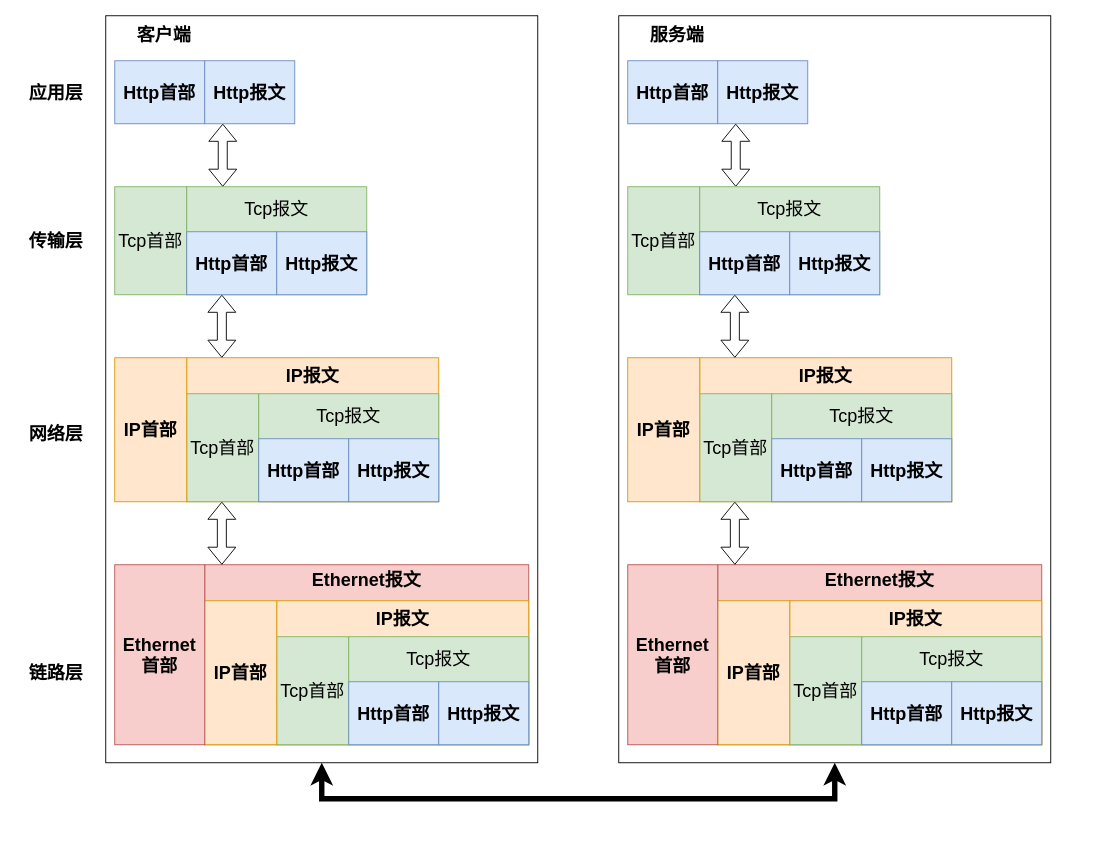
Earlier version of the draw.io diagram draw.io/network-protocol/http&https.drawio (QQ1350995917/gitbook). Source tidied: cells renumbered, new cells numbered last; positions are measured from the earlier drawing's top-left corner, leaving out a move shared by most shapes. Both pictures are drawn from the tidied source at 90%, with x=0, y=0 at pixel (15, 15).
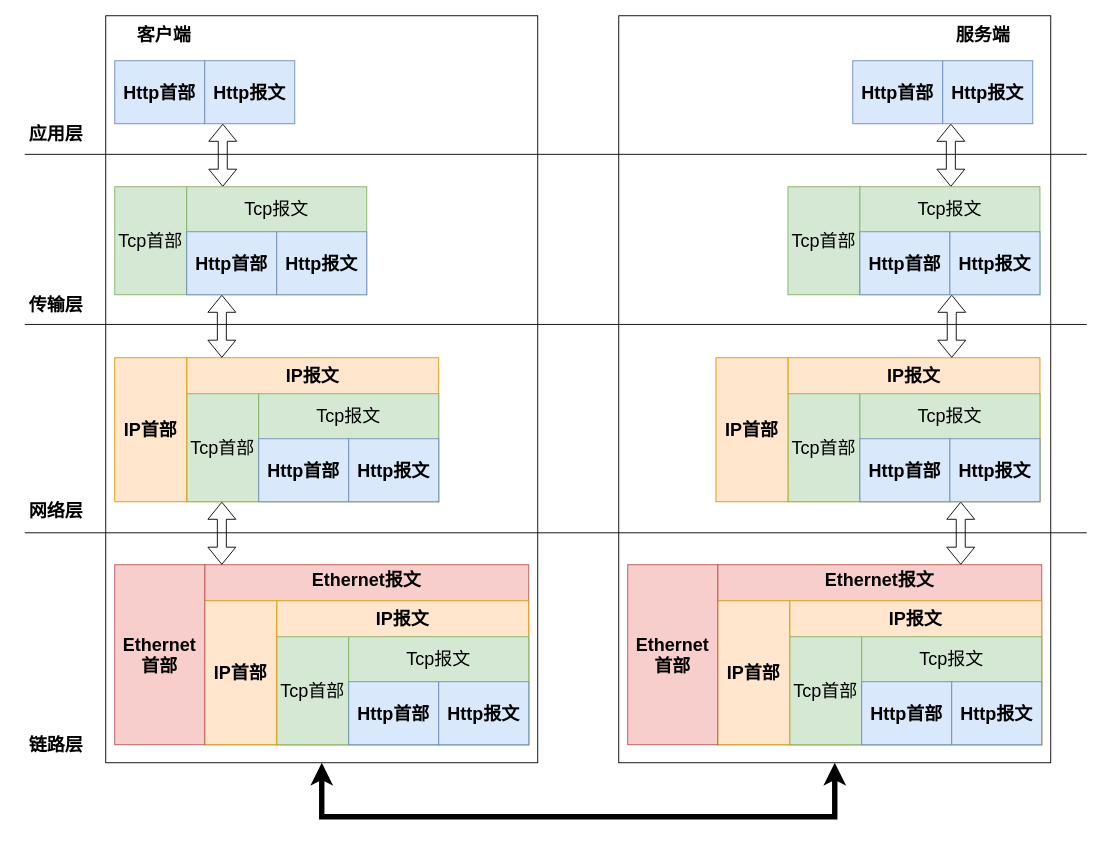
After the change.

Commit message (it also covers changes not shown here):
Track 2 files into repository.

- modified draw.io/network-protocol/http&https.drawio
- untracked network-protocol/images/http&https-packet.jpg

Auto commit by GitBook Editor

Unchanged cells that the change refers to:
```xml
<mxCell id="3" style="rounded=0;whiteSpace=wrap;html=1;fontSize=20;" parent="1" vertex="1">
  <mxGeometry x="100" width="480" height="830" as="geometry" />
</mxCell>
<mxCell id="32" style="rounded=0;whiteSpace=wrap;html=1;fontSize=20;" parent="1" vertex="1">
  <mxGeometry x="670" width="480" height="830" as="geometry" />
</mxCell>
```

What changed in the source:
```diff
@@
     <mxCell id="2" style="edgeStyle=orthogonalEdgeStyle;rounded=0;jettySize=auto;html=1;exitX=0.5;exitY=1;exitDx=0;exitDy=0;entryX=0.5;entryY=1;entryDx=0;entryDy=0;fontSize=20;strokeWidth=6;startArrow=classic;startFill=1;" parent="1" edge="1" source="3" target="32">
       <mxGeometry relative="1" as="geometry">
         <Array as="points">
-          <mxPoint x="340" y="870" />
-          <mxPoint x="910" y="870" />
+          <mxPoint x="340" y="890" />
+          <mxPoint x="910" y="890" />
         </Array>
       </mxGeometry>
     </mxCell>
@@
     <mxCell id="28" value="应用层" style="text;html=1;strokeColor=none;fillColor=none;align=center;verticalAlign=middle;whiteSpace=wrap;rounded=0;fontSize=20;fontStyle=1;" parent="1" vertex="1">
-      <mxGeometry y="75" width="90" height="20" as="geometry" />
+      <mxGeometry y="120" width="90" height="20" as="geometry" />
     </mxCell>
     <mxCell id="29" value="传输层" style="text;html=1;strokeColor=none;fillColor=none;align=center;verticalAlign=middle;whiteSpace=wrap;rounded=0;fontSize=20;fontStyle=1;" parent="1" vertex="1">
-      <mxGeometry y="240" width="90" height="20" as="geometry" />
+      <mxGeometry y="310" width="90" height="20" as="geometry" />
     </mxCell>
     <mxCell id="30" value="网络层" style="text;html=1;strokeColor=none;fillColor=none;align=center;verticalAlign=middle;whiteSpace=wrap;rounded=0;fontSize=20;fontStyle=1;" parent="1" vertex="1">
-      <mxGeometry y="454" width="90" height="20" as="geometry" />
+      <mxGeometry y="540" width="90" height="20" as="geometry" />
     </mxCell>
     <mxCell id="31" value="链路层" style="text;html=1;strokeColor=none;fillColor=none;align=center;verticalAlign=middle;whiteSpace=wrap;rounded=0;fontSize=20;fontStyle=1;" parent="1" vertex="1">
-      <mxGeometry y="720" width="90" height="20" as="geometry" />
+      <mxGeometry y="800" width="90" height="20" as="geometry" />
     </mxCell>
@@
     <mxCell id="33" value="Http首部&lt;br style=&quot;font-size: 20px&quot;&gt;" style="rounded=0;whiteSpace=wrap;html=1;fillColor=#dae8fc;strokeColor=#6c8ebf;fontSize=20;fontStyle=1;" parent="1" vertex="1">
-      <mxGeometry x="680" y="50" width="100" height="70" as="geometry" />
+      <mxGeometry x="930" y="50" width="100" height="70" as="geometry" />
     </mxCell>
     <mxCell id="34" value="&lt;span&gt;IP报文&lt;/span&gt;&lt;br&gt;&lt;br&gt;&lt;br&gt;&lt;br&gt;&lt;br&gt;&lt;br&gt;" style="rounded=0;whiteSpace=wrap;html=1;fillColor=#ffe6cc;strokeColor=#d79b00;fontSize=20;fontStyle=1;" parent="1" vertex="1">
-      <mxGeometry x="760" y="380" width="280" height="160" as="geometry" />
+      <mxGeometry x="858" y="380" width="280" height="160" as="geometry" />
     </mxCell>
@@
     <mxCell id="36" value="服务端" style="text;html=1;strokeColor=none;fillColor=none;align=center;verticalAlign=middle;whiteSpace=wrap;rounded=0;fontSize=20;fontStyle=1;" parent="1" vertex="1">
-      <mxGeometry x="680" y="10" width="110" height="20" as="geometry" />
+      <mxGeometry x="1020" y="10" width="110" height="20" as="geometry" />
     </mxCell>
     <mxCell id="37" style="shape=flexArrow;endArrow=classic;startArrow=classic;html=1;fontSize=20;" parent="1" edge="1">
       <mxGeometry relative="1" as="geometry">
-        <mxPoint x="800" y="190" as="sourcePoint" />
-        <mxPoint x="800" y="120" as="targetPoint" />
+        <mxPoint x="1039" y="190" as="sourcePoint" />
+        <mxPoint x="1039" y="120" as="targetPoint" />
       </mxGeometry>
     </mxCell>
     <mxCell id="38" value="Tcp首部" style="rounded=0;whiteSpace=wrap;html=1;fontSize=20;fillColor=#d5e8d4;strokeColor=#82b366;" parent="1" vertex="1">
-      <mxGeometry x="680" y="190" width="80" height="120" as="geometry" />
+      <mxGeometry x="858" y="190" width="80" height="120" as="geometry" />
     </mxCell>
     <mxCell id="39" style="shape=flexArrow;endArrow=classic;startArrow=classic;html=1;fontSize=20;" parent="1" edge="1">
       <mxGeometry relative="1" as="geometry">
-        <mxPoint x="799" y="380" as="sourcePoint" />
-        <mxPoint x="799" y="310" as="targetPoint" />
+        <mxPoint x="1040" y="380" as="sourcePoint" />
+        <mxPoint x="1040" y="310" as="targetPoint" />
       </mxGeometry>
     </mxCell>
-    <mxCell id="40" style="shape=flexArrow;endArrow=classic;startArrow=classic;html=1;fontSize=20;" parent="1" edge="1">
+    <mxCell id="40" style="shape=flexArrow;endArrow=block;startArrow=block;html=1;fontSize=20;endFill=0;" parent="1" edge="1">
       <mxGeometry relative="1" as="geometry">
-        <mxPoint x="799" y="610" as="sourcePoint" />
-        <mxPoint x="799" y="540" as="targetPoint" />
+        <mxPoint x="1050" y="610" as="sourcePoint" />
+        <mxPoint x="1050" y="540" as="targetPoint" />
       </mxGeometry>
     </mxCell>
     <mxCell id="41" value="Http报文&lt;br style=&quot;font-size: 20px&quot;&gt;" style="rounded=0;whiteSpace=wrap;html=1;fillColor=#dae8fc;strokeColor=#6c8ebf;fontSize=20;fontStyle=1;" parent="1" vertex="1">
-      <mxGeometry x="780" y="50" width="100" height="70" as="geometry" />
+      <mxGeometry x="1030" y="50" width="100" height="70" as="geometry" />
     </mxCell>
     <mxCell id="42" value="Tcp报文&lt;br&gt;&lt;br&gt;&lt;br&gt;&lt;br&gt;" style="rounded=0;whiteSpace=wrap;html=1;fontSize=20;fillColor=#d5e8d4;strokeColor=#82b366;" parent="1" vertex="1">
-      <mxGeometry x="760" y="190" width="200" height="120" as="geometry" />
+      <mxGeometry x="938" y="190" width="200" height="120" as="geometry" />
     </mxCell>
     <mxCell id="43" value="Http首部&lt;br style=&quot;font-size: 20px&quot;&gt;" style="rounded=0;whiteSpace=wrap;html=1;fillColor=#dae8fc;strokeColor=#6c8ebf;fontSize=20;fontStyle=1;" parent="1" vertex="1">
-      <mxGeometry x="760" y="240" width="100" height="70" as="geometry" />
+      <mxGeometry x="938" y="240" width="100" height="70" as="geometry" />
     </mxCell>
     <mxCell id="44" value="Http报文&lt;br style=&quot;font-size: 20px&quot;&gt;" style="rounded=0;whiteSpace=wrap;html=1;fillColor=#dae8fc;strokeColor=#6c8ebf;fontSize=20;fontStyle=1;" parent="1" vertex="1">
-      <mxGeometry x="860" y="240" width="100" height="70" as="geometry" />
+      <mxGeometry x="1038" y="240" width="100" height="70" as="geometry" />
     </mxCell>
     <mxCell id="45" value="Tcp首部" style="rounded=0;whiteSpace=wrap;html=1;fontSize=20;fillColor=#d5e8d4;strokeColor=#82b366;" parent="1" vertex="1">
-      <mxGeometry x="760" y="420" width="80" height="120" as="geometry" />
+      <mxGeometry x="858" y="420" width="80" height="120" as="geometry" />
     </mxCell>
     <mxCell id="46" value="Tcp报文&lt;br&gt;&lt;br&gt;&lt;br&gt;&lt;br&gt;" style="rounded=0;whiteSpace=wrap;html=1;fontSize=20;fillColor=#d5e8d4;strokeColor=#82b366;" parent="1" vertex="1">
-      <mxGeometry x="840" y="420" width="200" height="120" as="geometry" />
+      <mxGeometry x="938" y="420" width="200" height="120" as="geometry" />
     </mxCell>
     <mxCell id="47" value="Http首部&lt;br style=&quot;font-size: 20px&quot;&gt;" style="rounded=0;whiteSpace=wrap;html=1;fillColor=#dae8fc;strokeColor=#6c8ebf;fontSize=20;fontStyle=1;" parent="1" vertex="1">
-      <mxGeometry x="840" y="470" width="100" height="70" as="geometry" />
+      <mxGeometry x="938" y="470" width="100" height="70" as="geometry" />
     </mxCell>
     <mxCell id="48" value="Http报文&lt;br style=&quot;font-size: 20px&quot;&gt;" style="rounded=0;whiteSpace=wrap;html=1;fillColor=#dae8fc;strokeColor=#6c8ebf;fontSize=20;fontStyle=1;" parent="1" vertex="1">
-      <mxGeometry x="940" y="470" width="100" height="70" as="geometry" />
+      <mxGeometry x="1038" y="470" width="100" height="70" as="geometry" />
     </mxCell>
     <mxCell id="49" value="&lt;span&gt;IP首部&lt;/span&gt;&lt;br&gt;" style="rounded=0;whiteSpace=wrap;html=1;fillColor=#ffe6cc;strokeColor=#d79b00;fontSize=20;fontStyle=1;" parent="1" vertex="1">
-      <mxGeometry x="680" y="380" width="80" height="160" as="geometry" />
+      <mxGeometry x="778" y="380" width="80" height="160" as="geometry" />
     </mxCell>
@@
+    <mxCell id="57" style="endArrow=none;html=1;strokeWidth=1;fontSize=20;" parent="1" edge="1">
+      <mxGeometry relative="1" as="geometry">
+        <mxPoint x="10" y="154" as="sourcePoint" />
+        <mxPoint x="1190" y="154" as="targetPoint" />
+      </mxGeometry>
+    </mxCell>
+    <mxCell id="58" style="endArrow=none;html=1;strokeWidth=1;fontSize=20;" parent="1" edge="1">
+      <mxGeometry relative="1" as="geometry">
+        <mxPoint x="10" y="343" as="sourcePoint" />
+        <mxPoint x="1190" y="343" as="targetPoint" />
+      </mxGeometry>
+    </mxCell>
+    <mxCell id="59" style="endArrow=none;html=1;strokeWidth=1;fontSize=20;" parent="1" edge="1">
+      <mxGeometry relative="1" as="geometry">
+        <mxPoint x="10" y="574.5" as="sourcePoint" />
+        <mxPoint x="1190" y="574.5" as="targetPoint" />
+      </mxGeometry>
+    </mxCell>
```
